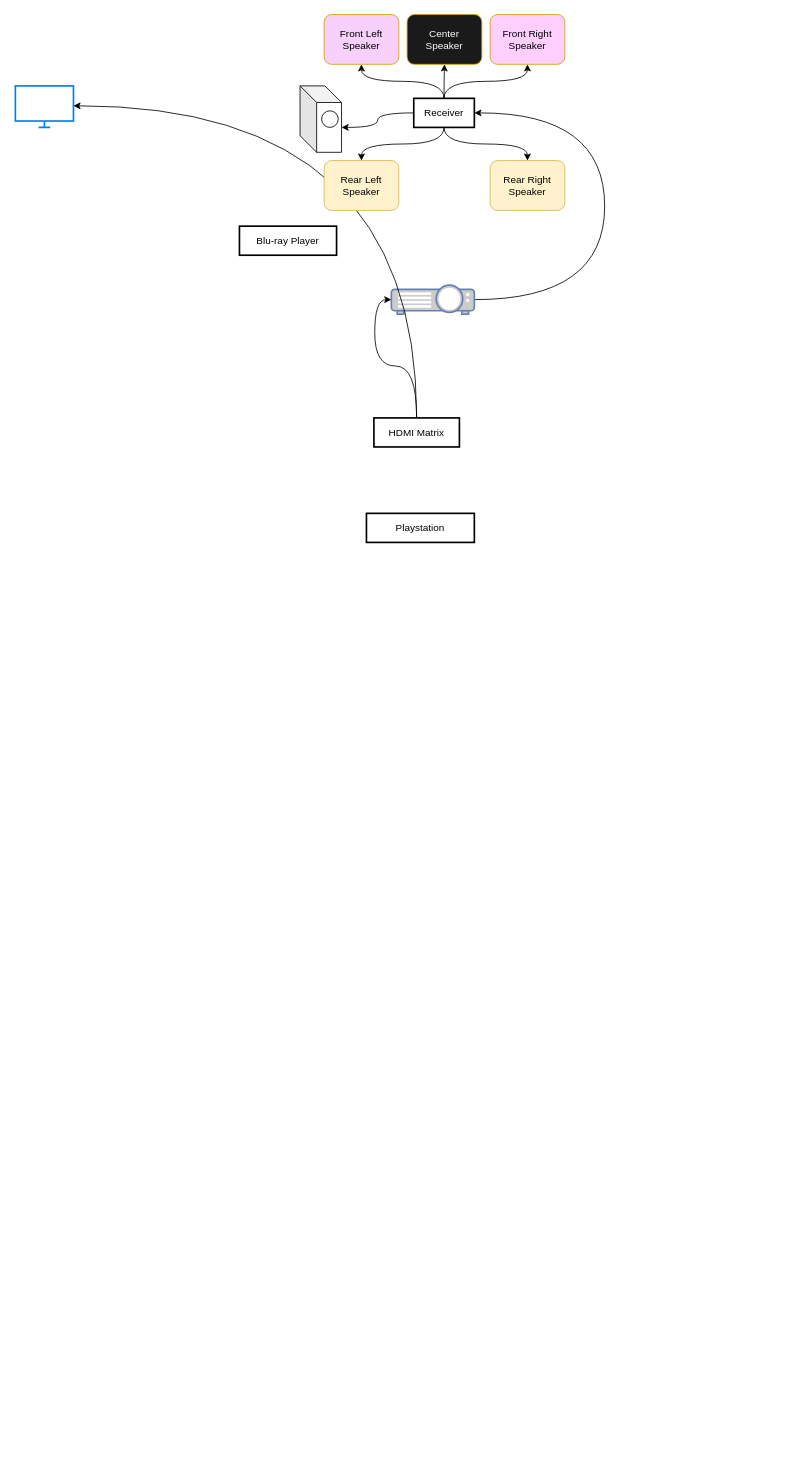
Before: av_setup_livingroom.drawio in pearsewalters/javaScriptExperiments, a draw.io diagram. Source tidied: cells renumbered, new cells numbered last; positions are measured from the earlier drawing's top-left corner, leaving out a move shared by most shapes. Both pictures are drawn from the tidied source at 83%, with x=0, y=0 at pixel (15, 14).
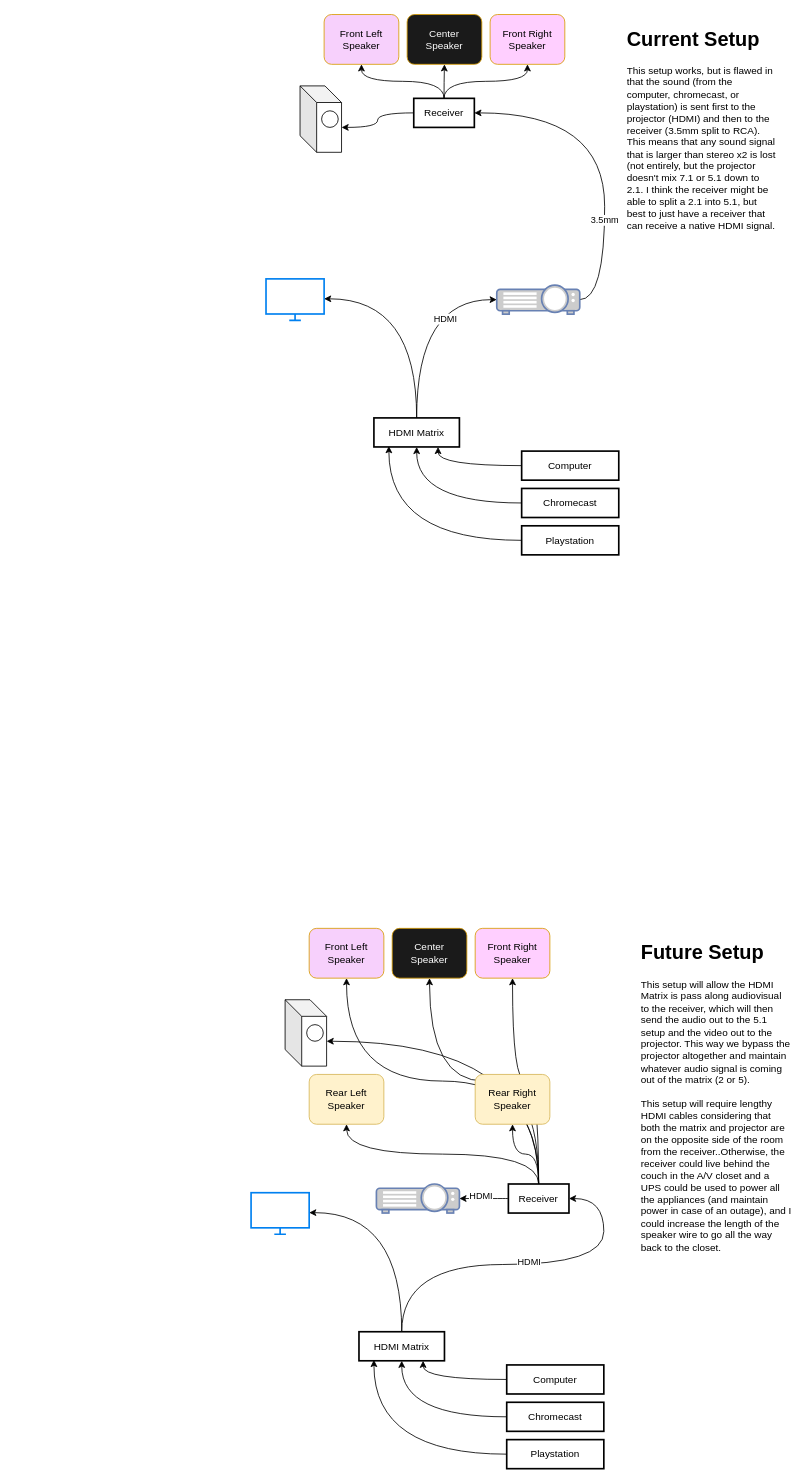
The same page after the edit.

Unchanged cells that the change refers to:
```xml
<mxCell id="2" value="HDMI Matrix " style="whiteSpace=wrap;strokeWidth=2;" parent="1" vertex="1">
  <mxGeometry x="432" y="486" width="103" height="35" as="geometry" />
</mxCell>
<mxCell id="8" value="Receiver" style="whiteSpace=wrap;strokeWidth=2;" parent="1" vertex="1">
  <mxGeometry x="480" y="101" width="73" height="35" as="geometry" />
</mxCell>
<mxCell id="17" style="shape=cube;whiteSpace=wrap;html=1;boundedLbl=1;backgroundOutline=1;darkOpacity=0.05;darkOpacity2=0.1;" parent="16" vertex="1">
  <mxGeometry width="50" height="80" as="geometry" />
</mxCell>
<mxCell id="19" value="Front Left Speaker" style="rounded=1;whiteSpace=wrap;html=1;fillColor=#f7d0fc;strokeColor=#D79B00;" parent="1" vertex="1">
  <mxGeometry x="372" width="90" height="60" as="geometry" />
</mxCell>
<mxCell id="22" value="&lt;div&gt;&lt;font color=&quot;#ffffff&quot;&gt;Center&lt;/font&gt; &lt;br&gt;&lt;/div&gt;&lt;div&gt;&lt;font color=&quot;#ffffff&quot;&gt;Speaker&lt;/font&gt;&lt;/div&gt;" style="rounded=1;whiteSpace=wrap;html=1;fillColor=#1A1A1A;strokeColor=#D79B00;" parent="1" vertex="1">
  <mxGeometry x="472" width="90" height="60" as="geometry" />
</mxCell>
<mxCell id="23" value="Front Right Speaker" style="rounded=1;whiteSpace=wrap;html=1;fillColor=#FFCFFF;strokeColor=#D79B00;" parent="1" vertex="1">
  <mxGeometry x="572" width="90" height="60" as="geometry" />
</mxCell>
```

Change to the diagram source:
```diff
@@
+    <mxCell id="25" style="edgeStyle=orthogonalEdgeStyle;curved=1;rounded=0;jettySize=auto;html=1;exitX=0.5;exitY=0;exitDx=0;exitDy=0;entryX=0;entryY=0;entryDx=50;entryDy=50;entryPerimeter=0;" parent="1" edge="1" source="42" target="49">
+      <mxGeometry relative="1" as="geometry" />
+    </mxCell>
@@
-    <mxCell id="3" style="edgeStyle=orthogonalEdgeStyle;curved=1;rounded=0;jettySize=auto;html=1;entryX=0.5;entryY=0;entryDx=0;entryDy=0;exitX=0.5;exitY=1;exitDx=0;exitDy=0;" parent="1" edge="1" source="8" target="20">
-      <mxGeometry relative="1" as="geometry" />
-    </mxCell>
-    <mxCell id="4" style="edgeStyle=orthogonalEdgeStyle;curved=1;rounded=0;jettySize=auto;html=1;entryX=0.5;entryY=0;entryDx=0;entryDy=0;exitX=0.5;exitY=1;exitDx=0;exitDy=0;" parent="1" edge="1" source="8" target="21">
-      <mxGeometry relative="1" as="geometry" />
-    </mxCell>
-    <mxCell id="5" style="edgeStyle=orthogonalEdgeStyle;curved=1;rounded=0;jettySize=auto;html=1;entryX=0.5;entryY=1;entryDx=0;entryDy=0;exitX=0.5;exitY=0;exitDx=0;exitDy=0;" parent="1" edge="1" source="8" target="23">
+    <mxCell id="5" style="edgeStyle=orthogonalEdgeStyle;curved=1;rounded=0;jettySize=auto;html=1;entryX=0.5;entryY=1;entryDx=0;entryDy=0;exitX=0.5;exitY=0;exitDx=0;exitDy=0;endArrow=classic;endFill=1;" parent="1" edge="1" source="8" target="23">
       <mxGeometry relative="1" as="geometry" />
     </mxCell>
-    <mxCell id="6" style="edgeStyle=orthogonalEdgeStyle;curved=1;rounded=0;jettySize=auto;html=1;entryX=0.5;entryY=1;entryDx=0;entryDy=0;exitX=0.5;exitY=0;exitDx=0;exitDy=0;" parent="1" edge="1" source="8" target="19">
+    <mxCell id="6" style="edgeStyle=orthogonalEdgeStyle;curved=1;rounded=0;jettySize=auto;html=1;entryX=0.5;entryY=1;entryDx=0;entryDy=0;exitX=0.5;exitY=0;exitDx=0;exitDy=0;endArrow=classic;endFill=1;" parent="1" edge="1" source="8" target="19">
       <mxGeometry relative="1" as="geometry" />
     </mxCell>
-    <mxCell id="7" style="edgeStyle=orthogonalEdgeStyle;curved=1;rounded=0;jettySize=auto;html=1;entryX=0.5;entryY=1;entryDx=0;entryDy=0;" parent="1" edge="1" source="8" target="22">
+    <mxCell id="7" style="edgeStyle=orthogonalEdgeStyle;curved=1;rounded=0;jettySize=auto;html=1;entryX=0.5;entryY=1;entryDx=0;entryDy=0;endArrow=classic;endFill=1;" parent="1" edge="1" source="8" target="22">
       <mxGeometry relative="1" as="geometry" />
     </mxCell>
@@
+    <mxCell id="26" style="edgeStyle=orthogonalEdgeStyle;curved=1;rounded=0;jettySize=auto;html=1;entryX=0.75;entryY=1;entryDx=0;entryDy=0;endArrow=classic;endFill=1;endSize=6;" parent="1" edge="1" source="9" target="2">
+      <mxGeometry relative="1" as="geometry" />
+    </mxCell>
-    <mxCell id="9" value="Blu-ray Player" style="whiteSpace=wrap;strokeWidth=2;" parent="1" vertex="1">
-      <mxGeometry x="270" y="255" width="117" height="35" as="geometry" />
+    <mxCell id="9" value="Computer" style="whiteSpace=wrap;strokeWidth=2;" parent="1" vertex="1">
+      <mxGeometry x="610" y="526" width="117" height="35" as="geometry" />
     </mxCell>
-    <mxCell id="10" value="Playstation" style="whiteSpace=wrap;strokeWidth=2;" parent="1" vertex="1">
-      <mxGeometry x="423" y="601" width="130" height="35" as="geometry" />
-    </mxCell>
-    <mxCell id="11" style="edgeStyle=orthogonalEdgeStyle;curved=1;rounded=0;jettySize=auto;html=1;entryX=1;entryY=0.5;entryDx=0;entryDy=0;exitX=1;exitY=0.5;exitDx=0;exitDy=0;exitPerimeter=0;" parent="1" edge="1" source="12" target="8">
+    <mxCell id="11" style="edgeStyle=orthogonalEdgeStyle;curved=1;rounded=0;jettySize=auto;html=1;entryX=1;entryY=0.5;entryDx=0;entryDy=0;exitX=1;exitY=0.5;exitDx=0;exitDy=0;exitPerimeter=0;endArrow=classic;endFill=1;" parent="1" edge="1" source="12" target="8">
       <mxGeometry relative="1" as="geometry">
         <Array as="points">
           <mxPoint x="710" y="344" />
           <mxPoint x="710" y="119" />
         </Array>
       </mxGeometry>
     </mxCell>
+    <mxCell id="27" value="3.5mm" style="edgeLabel;html=1;align=center;verticalAlign=middle;" parent="11" vertex="1">
+      <mxGeometry x="-0.39" y="1" relative="1" as="geometry" />
+    </mxCell>
     <mxCell id="12" style="fontColor=#0066CC;verticalAlign=top;verticalLabelPosition=bottom;labelPosition=center;align=center;html=1;outlineConnect=0;fillColor=#CCCCCC;strokeColor=#6881B3;gradientColor=none;gradientDirection=north;strokeWidth=2;shape=mxgraph.networks.video_projector;" parent="1" vertex="1">
-      <mxGeometry x="453" y="326" width="100" height="35" as="geometry" />
+      <mxGeometry x="580" y="326" width="100" height="35" as="geometry" />
     </mxCell>
     <mxCell id="13" style="html=1;verticalLabelPosition=bottom;align=center;labelBackgroundColor=#ffffff;verticalAlign=top;strokeWidth=2;strokeColor=#0080F0;shadow=0;dashed=0;shape=mxgraph.ios7.icons.monitor;" parent="1" vertex="1">
-      <mxGeometry y="86" width="70" height="50" as="geometry" />
+      <mxGeometry x="302" y="318.5" width="70" height="50" as="geometry" />
     </mxCell>
-    <mxCell id="14" style="edgeStyle=orthogonalEdgeStyle;rounded=0;jettySize=auto;html=1;entryX=1;entryY=0.48;entryDx=0;entryDy=0;entryPerimeter=0;curved=1;exitX=0.5;exitY=0;exitDx=0;exitDy=0;" parent="1" edge="1" source="2" target="13">
+    <mxCell id="14" style="edgeStyle=orthogonalEdgeStyle;rounded=0;jettySize=auto;html=1;entryX=1;entryY=0.48;entryDx=0;entryDy=0;entryPerimeter=0;curved=1;exitX=0.5;exitY=0;exitDx=0;exitDy=0;endArrow=classic;endFill=1;endSize=6;" parent="1" edge="1" source="2" target="13">
       <mxGeometry relative="1" as="geometry" />
     </mxCell>
-    <mxCell id="15" style="edgeStyle=orthogonalEdgeStyle;curved=1;rounded=0;jettySize=auto;html=1;exitX=0.5;exitY=0;exitDx=0;exitDy=0;entryX=0;entryY=0.5;entryDx=0;entryDy=0;entryPerimeter=0;" parent="1" edge="1" source="2" target="12">
+    <mxCell id="15" style="edgeStyle=orthogonalEdgeStyle;curved=1;rounded=0;jettySize=auto;html=1;exitX=0.5;exitY=0;exitDx=0;exitDy=0;entryX=0;entryY=0.5;entryDx=0;entryDy=0;entryPerimeter=0;endArrow=classic;endFill=1;endSize=6;" parent="1" edge="1" source="2" target="12">
       <mxGeometry relative="1" as="geometry" />
     </mxCell>
+    <mxCell id="28" value="HDMI" style="edgeLabel;html=1;align=center;verticalAlign=middle;" parent="15" vertex="1">
+      <mxGeometry x="0.47" y="-23" relative="1" as="geometry" />
+    </mxCell>
@@
-    <mxCell id="20" value="Rear Right Speaker" style="rounded=1;whiteSpace=wrap;html=1;fillColor=#fff2cc;strokeColor=#d6b656;" parent="1" vertex="1">
-      <mxGeometry x="572" y="176" width="90" height="60" as="geometry" />
-    </mxCell>
-    <mxCell id="21" value="Rear Left Speaker" style="rounded=1;whiteSpace=wrap;html=1;fillColor=#fff2cc;strokeColor=#d6b656;" parent="1" vertex="1">
-      <mxGeometry x="372" y="176" width="90" height="60" as="geometry" />
-    </mxCell>
@@
-    <mxCell id="24" style="edgeStyle=orthogonalEdgeStyle;curved=1;rounded=0;jettySize=auto;html=1;entryX=0;entryY=0;entryDx=50;entryDy=50;entryPerimeter=0;" parent="1" edge="1" source="8" target="17">
+    <mxCell id="24" style="edgeStyle=orthogonalEdgeStyle;curved=1;rounded=0;jettySize=auto;html=1;entryX=0;entryY=0;entryDx=50;entryDy=50;entryPerimeter=0;endArrow=classic;endFill=1;" parent="1" edge="1" source="8" target="17">
       <mxGeometry relative="1" as="geometry" />
     </mxCell>
+    <mxCell id="29" style="edgeStyle=orthogonalEdgeStyle;curved=1;rounded=0;jettySize=auto;html=1;entryX=0.5;entryY=1;entryDx=0;entryDy=0;endArrow=classic;endFill=1;endSize=6;" parent="1" edge="1" source="30" target="2">
+      <mxGeometry relative="1" as="geometry" />
+    </mxCell>
+    <mxCell id="30" value="Chromecast" style="whiteSpace=wrap;strokeWidth=2;" parent="1" vertex="1">
+      <mxGeometry x="610" y="571" width="117" height="35" as="geometry" />
+    </mxCell>
+    <mxCell id="31" style="edgeStyle=orthogonalEdgeStyle;curved=1;rounded=0;jettySize=auto;html=1;entryX=0.175;entryY=0.971;entryDx=0;entryDy=0;entryPerimeter=0;endArrow=classic;endFill=1;endSize=6;" parent="1" edge="1" source="32" target="2">
+      <mxGeometry relative="1" as="geometry" />
+    </mxCell>
+    <mxCell id="32" value="Playstation" style="whiteSpace=wrap;strokeWidth=2;" parent="1" vertex="1">
+      <mxGeometry x="610" y="616" width="117" height="35" as="geometry" />
+    </mxCell>
+    <mxCell id="33" value="&lt;h1&gt;Current Setup&lt;br&gt;&lt;/h1&gt;This setup works, but is flawed in that the sound (from the computer, chromecast, or playstation) is sent first to the projector (HDMI) and then to the receiver (3.5mm split to RCA). This means that any sound signal that is larger than stereo x2 is lost (not entirely, but the projector doesn't mix 7.1 or 5.1 down to 2.1. I think the receiver might be able to split a 2.1 into 5.1, but best to just have a receiver that can receive a native HDMI signal." style="text;html=1;strokeColor=none;fillColor=none;spacing=5;spacingTop=-20;whiteSpace=wrap;overflow=hidden;rounded=0;" parent="1" vertex="1">
+      <mxGeometry x="732" y="10" width="190" height="266" as="geometry" />
+    </mxCell>
+    <mxCell id="34" style="edgeStyle=orthogonalEdgeStyle;curved=1;rounded=0;jettySize=auto;html=1;exitX=0.5;exitY=0;exitDx=0;exitDy=0;entryX=1;entryY=0.5;entryDx=0;entryDy=0;endArrow=classic;endFill=1;" parent="1" edge="1" source="36" target="42">
+      <mxGeometry relative="1" as="geometry">
+        <Array as="points">
+          <mxPoint x="466" y="1506" />
+          <mxPoint x="709" y="1506" />
+          <mxPoint x="709" y="1427" />
+        </Array>
+      </mxGeometry>
+    </mxCell>
+    <mxCell id="35" value="HDMI" style="edgeLabel;html=1;align=center;verticalAlign=middle;" parent="34" vertex="1">
+      <mxGeometry x="0.05" y="4" relative="1" as="geometry" />
+    </mxCell>
+    <mxCell id="36" value="HDMI Matrix " style="whiteSpace=wrap;strokeWidth=2;" parent="1" vertex="1">
+      <mxGeometry x="414" y="1587" width="103" height="35" as="geometry" />
+    </mxCell>
+    <mxCell id="37" style="edgeStyle=orthogonalEdgeStyle;curved=1;rounded=0;jettySize=auto;html=1;exitX=0.5;exitY=0;exitDx=0;exitDy=0;entryX=0.5;entryY=1;entryDx=0;entryDy=0;" parent="1" edge="1" source="42" target="20">
+      <mxGeometry relative="1" as="geometry" />
+    </mxCell>
+    <mxCell id="38" style="edgeStyle=orthogonalEdgeStyle;curved=1;rounded=0;jettySize=auto;html=1;exitX=0.5;exitY=0;exitDx=0;exitDy=0;entryX=0.5;entryY=1;entryDx=0;entryDy=0;" parent="1" edge="1" source="42" target="21">
+      <mxGeometry relative="1" as="geometry" />
+    </mxCell>
+    <mxCell id="39" style="edgeStyle=orthogonalEdgeStyle;curved=1;rounded=0;jettySize=auto;html=1;exitX=0.5;exitY=0;exitDx=0;exitDy=0;entryX=0.5;entryY=1;entryDx=0;entryDy=0;" parent="1" edge="1" source="42" target="53">
+      <mxGeometry relative="1" as="geometry" />
+    </mxCell>
+    <mxCell id="40" style="edgeStyle=orthogonalEdgeStyle;curved=1;rounded=0;jettySize=auto;html=1;exitX=0.5;exitY=0;exitDx=0;exitDy=0;entryX=0.5;entryY=1;entryDx=0;entryDy=0;" parent="1" edge="1" source="42" target="52">
+      <mxGeometry relative="1" as="geometry" />
+    </mxCell>
+    <mxCell id="41" style="edgeStyle=orthogonalEdgeStyle;curved=1;rounded=0;jettySize=auto;html=1;exitX=0.5;exitY=0;exitDx=0;exitDy=0;entryX=0.5;entryY=1;entryDx=0;entryDy=0;" parent="1" edge="1" source="42" target="51">
+      <mxGeometry relative="1" as="geometry" />
+    </mxCell>
+    <mxCell id="42" value="Receiver" style="whiteSpace=wrap;strokeWidth=2;" parent="1" vertex="1">
+      <mxGeometry x="594" y="1409" width="73" height="35" as="geometry" />
+    </mxCell>
+    <mxCell id="43" style="edgeStyle=orthogonalEdgeStyle;curved=1;rounded=0;jettySize=auto;html=1;entryX=0.75;entryY=1;entryDx=0;entryDy=0;endArrow=classic;endFill=1;endSize=6;" parent="1" edge="1" source="44" target="36">
+      <mxGeometry relative="1" as="geometry" />
+    </mxCell>
+    <mxCell id="44" value="Computer" style="whiteSpace=wrap;strokeWidth=2;" parent="1" vertex="1">
+      <mxGeometry x="592" y="1627" width="117" height="35" as="geometry" />
+    </mxCell>
+    <mxCell id="45" style="fontColor=#0066CC;verticalAlign=top;verticalLabelPosition=bottom;labelPosition=center;align=center;html=1;outlineConnect=0;fillColor=#CCCCCC;strokeColor=#6881B3;gradientColor=none;gradientDirection=north;strokeWidth=2;shape=mxgraph.networks.video_projector;" parent="1" vertex="1">
+      <mxGeometry x="435" y="1409" width="100" height="35" as="geometry" />
+    </mxCell>
+    <mxCell id="46" style="html=1;verticalLabelPosition=bottom;align=center;labelBackgroundColor=#ffffff;verticalAlign=top;strokeWidth=2;strokeColor=#0080F0;shadow=0;dashed=0;shape=mxgraph.ios7.icons.monitor;" parent="1" vertex="1">
+      <mxGeometry x="284" y="1419.5" width="70" height="50" as="geometry" />
+    </mxCell>
+    <mxCell id="47" style="edgeStyle=orthogonalEdgeStyle;rounded=0;jettySize=auto;html=1;entryX=1;entryY=0.48;entryDx=0;entryDy=0;entryPerimeter=0;curved=1;exitX=0.5;exitY=0;exitDx=0;exitDy=0;endArrow=classic;endFill=1;endSize=6;" parent="1" edge="1" source="36" target="46">
+      <mxGeometry relative="1" as="geometry" />
+    </mxCell>
+    <mxCell id="48" style="group;fillColor=default;" parent="1" vertex="1">
+      <mxGeometry x="325" y="1187" width="50" height="80" as="geometry" />
+    </mxCell>
+    <mxCell id="49" style="shape=cube;whiteSpace=wrap;html=1;boundedLbl=1;backgroundOutline=1;darkOpacity=0.05;darkOpacity2=0.1;" parent="48" vertex="1">
+      <mxGeometry width="50" height="80" as="geometry" />
+    </mxCell>
+    <mxCell id="50" style="ellipse;whiteSpace=wrap;html=1;" parent="48" vertex="1">
+      <mxGeometry x="26" y="30" width="20" height="20" as="geometry" />
+    </mxCell>
+    <mxCell id="51" value="Front Left Speaker" style="rounded=1;whiteSpace=wrap;html=1;fillColor=#f7d0fc;strokeColor=#D79B00;" parent="1" vertex="1">
+      <mxGeometry x="354" y="1101" width="90" height="60" as="geometry" />
+    </mxCell>
+    <mxCell id="20" value="Rear Right Speaker" style="rounded=1;whiteSpace=wrap;html=1;fillColor=#fff2cc;strokeColor=#d6b656;" parent="1" vertex="1">
+      <mxGeometry x="554" y="1277" width="90" height="60" as="geometry" />
+    </mxCell>
+    <mxCell id="21" value="Rear Left Speaker" style="rounded=1;whiteSpace=wrap;html=1;fillColor=#fff2cc;strokeColor=#d6b656;" parent="1" vertex="1">
+      <mxGeometry x="354" y="1277" width="90" height="60" as="geometry" />
+    </mxCell>
+    <mxCell id="52" value="&lt;div&gt;&lt;font color=&quot;#ffffff&quot;&gt;Center&lt;/font&gt; &lt;br&gt;&lt;/div&gt;&lt;div&gt;&lt;font color=&quot;#ffffff&quot;&gt;Speaker&lt;/font&gt;&lt;/div&gt;" style="rounded=1;whiteSpace=wrap;html=1;fillColor=#1A1A1A;strokeColor=#D79B00;" parent="1" vertex="1">
+      <mxGeometry x="454" y="1101" width="90" height="60" as="geometry" />
+    </mxCell>
+    <mxCell id="53" value="Front Right Speaker" style="rounded=1;whiteSpace=wrap;html=1;fillColor=#FFCFFF;strokeColor=#D79B00;" parent="1" vertex="1">
+      <mxGeometry x="554" y="1101" width="90" height="60" as="geometry" />
+    </mxCell>
+    <mxCell id="54" style="edgeStyle=orthogonalEdgeStyle;curved=1;rounded=0;jettySize=auto;html=1;entryX=0.5;entryY=1;entryDx=0;entryDy=0;endArrow=classic;endFill=1;endSize=6;" parent="1" edge="1" source="55" target="36">
+      <mxGeometry relative="1" as="geometry" />
+    </mxCell>
+    <mxCell id="55" value="Chromecast" style="whiteSpace=wrap;strokeWidth=2;" parent="1" vertex="1">
+      <mxGeometry x="592" y="1672" width="117" height="35" as="geometry" />
+    </mxCell>
+    <mxCell id="56" style="edgeStyle=orthogonalEdgeStyle;curved=1;rounded=0;jettySize=auto;html=1;entryX=0.175;entryY=0.971;entryDx=0;entryDy=0;entryPerimeter=0;endArrow=classic;endFill=1;endSize=6;" parent="1" edge="1" source="57" target="36">
+      <mxGeometry relative="1" as="geometry" />
+    </mxCell>
+    <mxCell id="57" value="Playstation" style="whiteSpace=wrap;strokeWidth=2;" parent="1" vertex="1">
+      <mxGeometry x="592" y="1717" width="117" height="35" as="geometry" />
+    </mxCell>
+    <mxCell id="58" value="&lt;h1&gt;Future Setup&lt;br&gt;&lt;/h1&gt;&lt;div&gt;This setup will allow the HDMI Matrix is pass along audiovisual to the receiver, which will then send the audio out to the 5.1 setup and the video out to the projector. This way we bypass the projector altogether and maintain whatever audio signal is coming out of the matrix (2 or 5). &lt;br&gt;&lt;/div&gt;&lt;div&gt;&lt;br&gt;&lt;/div&gt;&lt;div&gt;This setup will require lengthy HDMI cables considering that both the matrix and projector are on the opposite side of the room from the receiver..Otherwise, the receiver could live behind the couch in the A/V closet and a UPS could be used to power all the appliances (and maintain power in case of an outage), and I could increase the length of the speaker wire to go all the way back to the closet.&lt;br&gt;&lt;/div&gt;" style="text;html=1;strokeColor=none;fillColor=none;spacing=5;spacingTop=-20;whiteSpace=wrap;overflow=hidden;rounded=0;" parent="1" vertex="1">
+      <mxGeometry x="749" y="1111" width="190" height="395" as="geometry" />
+    </mxCell>
+    <mxCell id="59" style="edgeStyle=orthogonalEdgeStyle;curved=1;rounded=0;jettySize=auto;html=1;exitX=0;exitY=0.5;exitDx=0;exitDy=0;entryX=1;entryY=0.5;entryDx=0;entryDy=0;entryPerimeter=0;endArrow=classic;endFill=1;" parent="1" edge="1" source="42" target="45">
+      <mxGeometry relative="1" as="geometry" />
+    </mxCell>
+    <mxCell id="60" value="HDMI" style="edgeLabel;html=1;align=center;verticalAlign=middle;" parent="59" vertex="1">
+      <mxGeometry x="0.16" y="-4" relative="1" as="geometry" />
+    </mxCell>
```
